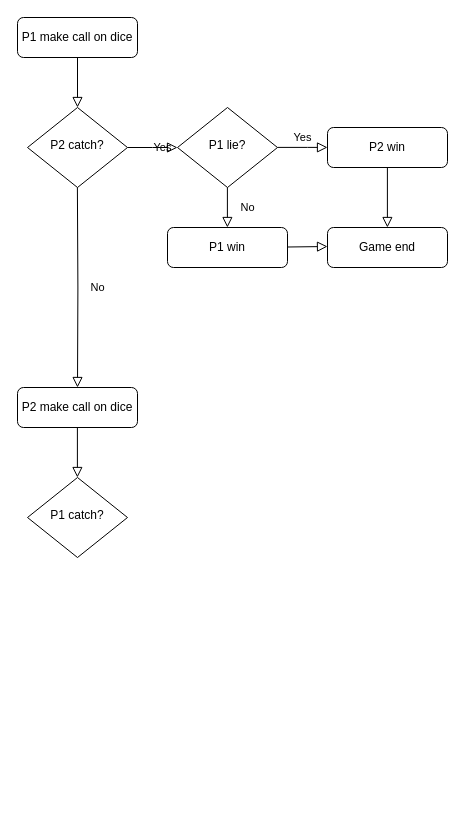
Earlier version of the draw.io diagram Untitled Diagram.drawio (hhshan21/Liar-s-Dice). Source tidied: cells renumbered, new cells numbered last; positions are measured from the earlier drawing's top-left corner, leaving out a move shared by most shapes. Both pictures are drawn from the tidied source at 100%, with x=0, y=0 at pixel (17, 17).
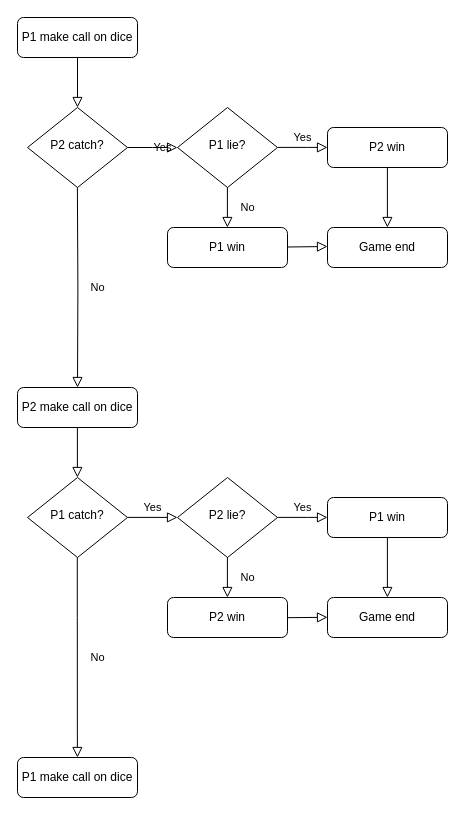
The same diagram, later.

Change to the diagram source:
```diff
@@
+    <mxCell id="18" value="Yes" style="edgeStyle=orthogonalEdgeStyle;rounded=0;html=1;jettySize=auto;orthogonalLoop=1;fontSize=11;endArrow=block;endFill=0;endSize=8;strokeWidth=1;shadow=0;labelBackgroundColor=none;" parent="1" edge="1">
+      <mxGeometry y="10" relative="1" as="geometry">
+        <mxPoint x="110" y="499.9" as="sourcePoint" />
+        <mxPoint x="160" y="499.9" as="targetPoint" />
+      </mxGeometry>
+    </mxCell>
+    <mxCell id="19" value="P2 lie?" style="rhombus;whiteSpace=wrap;html=1;shadow=0;fontFamily=Helvetica;fontSize=12;align=center;strokeWidth=1;spacing=6;spacingTop=-4;" parent="1" vertex="1">
+      <mxGeometry x="160" y="460" width="100" height="80" as="geometry" />
+    </mxCell>
+    <mxCell id="20" value="Yes" style="edgeStyle=orthogonalEdgeStyle;rounded=0;html=1;jettySize=auto;orthogonalLoop=1;fontSize=11;endArrow=block;endFill=0;endSize=8;strokeWidth=1;shadow=0;labelBackgroundColor=none;" parent="1" edge="1">
+      <mxGeometry y="10" relative="1" as="geometry">
+        <mxPoint x="260" y="499.9" as="sourcePoint" />
+        <mxPoint x="310" y="499.9" as="targetPoint" />
+        <Array as="points">
+          <mxPoint x="290" y="499.9" />
+          <mxPoint x="290" y="499.9" />
+        </Array>
+      </mxGeometry>
+    </mxCell>
+    <mxCell id="21" value="P1 win" style="rounded=1;whiteSpace=wrap;html=1;fontSize=12;glass=0;strokeWidth=1;shadow=0;" parent="1" vertex="1">
+      <mxGeometry x="310" y="480" width="120" height="40" as="geometry" />
+    </mxCell>
+    <mxCell id="22" value="No" style="rounded=0;html=1;jettySize=auto;orthogonalLoop=1;fontSize=11;endArrow=block;endFill=0;endSize=8;strokeWidth=1;shadow=0;labelBackgroundColor=none;edgeStyle=orthogonalEdgeStyle;" parent="1" edge="1">
+      <mxGeometry y="20" relative="1" as="geometry">
+        <mxPoint x="209.9" y="540" as="sourcePoint" />
+        <mxPoint x="209.9" y="580" as="targetPoint" />
+        <Array as="points">
+          <mxPoint x="209.9" y="540" />
+          <mxPoint x="209.9" y="540" />
+        </Array>
+      </mxGeometry>
+    </mxCell>
+    <mxCell id="23" value="P2 win" style="rounded=1;whiteSpace=wrap;html=1;fontSize=12;glass=0;strokeWidth=1;shadow=0;" parent="1" vertex="1">
+      <mxGeometry x="150" y="580" width="120" height="40" as="geometry" />
+    </mxCell>
+    <mxCell id="24" style="edgeStyle=none;orthogonalLoop=1;jettySize=auto;html=1;rounded=0;shadow=0;labelBackgroundColor=none;fontFamily=Helvetica;fontSize=11;fontColor=default;endArrow=block;endFill=0;endSize=8;strokeColor=default;strokeWidth=1;shape=connector;" parent="1" edge="1">
+      <mxGeometry relative="1" as="geometry">
+        <mxPoint x="369.9" y="520" as="sourcePoint" />
+        <mxPoint x="369.9" y="580" as="targetPoint" />
+      </mxGeometry>
+    </mxCell>
+    <mxCell id="25" style="edgeStyle=none;orthogonalLoop=1;jettySize=auto;html=1;rounded=0;shadow=0;labelBackgroundColor=none;fontFamily=Helvetica;fontSize=11;fontColor=default;endArrow=block;endFill=0;endSize=8;strokeColor=default;strokeWidth=1;shape=connector;" parent="1" edge="1">
+      <mxGeometry relative="1" as="geometry">
+        <mxPoint x="270" y="600.2" as="sourcePoint" />
+        <mxPoint x="310" y="599.8" as="targetPoint" />
+      </mxGeometry>
+    </mxCell>
+    <mxCell id="26" value="Game end" style="rounded=1;whiteSpace=wrap;html=1;fontSize=12;glass=0;strokeWidth=1;shadow=0;" parent="1" vertex="1">
+      <mxGeometry x="310" y="580" width="120" height="40" as="geometry" />
+    </mxCell>
+    <mxCell id="27" value="No" style="rounded=0;html=1;jettySize=auto;orthogonalLoop=1;fontSize=11;endArrow=block;endFill=0;endSize=8;strokeWidth=1;shadow=0;labelBackgroundColor=none;edgeStyle=orthogonalEdgeStyle;entryX=0.5;entryY=0;entryDx=0;entryDy=0;" parent="1" edge="1">
+      <mxGeometry y="20" relative="1" as="geometry">
+        <mxPoint x="59.8" y="540" as="sourcePoint" />
+        <mxPoint x="59.9" y="740" as="targetPoint" />
+        <Array as="points">
+          <mxPoint x="59.8" y="600" />
+          <mxPoint x="59.8" y="600" />
+        </Array>
+      </mxGeometry>
+    </mxCell>
+    <mxCell id="28" value="P1 make call on dice" style="rounded=1;whiteSpace=wrap;html=1;fontSize=12;glass=0;strokeWidth=1;shadow=0;" parent="1" vertex="1">
+      <mxGeometry y="740" width="120" height="40" as="geometry" />
+    </mxCell>
```
